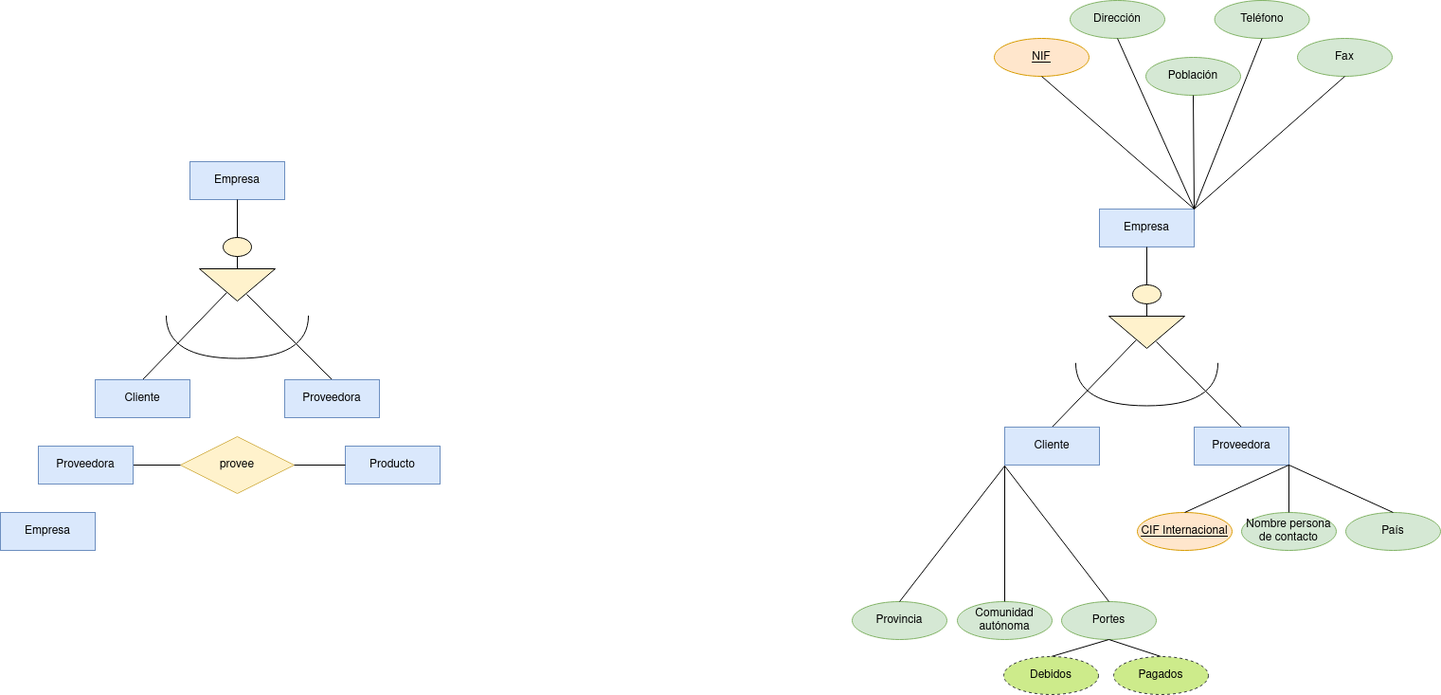
Before: Unidad-1/Tareas/Tarea_Entregable-4/Diagrama Tarea Entregable 4.drawio.png, a diagram exported from draw.io (RafaelMayor/base-datos). Source tidied: cells renumbered, new cells last; positions are measured from the earlier drawing's top-left corner, leaving out a move shared by most shapes.
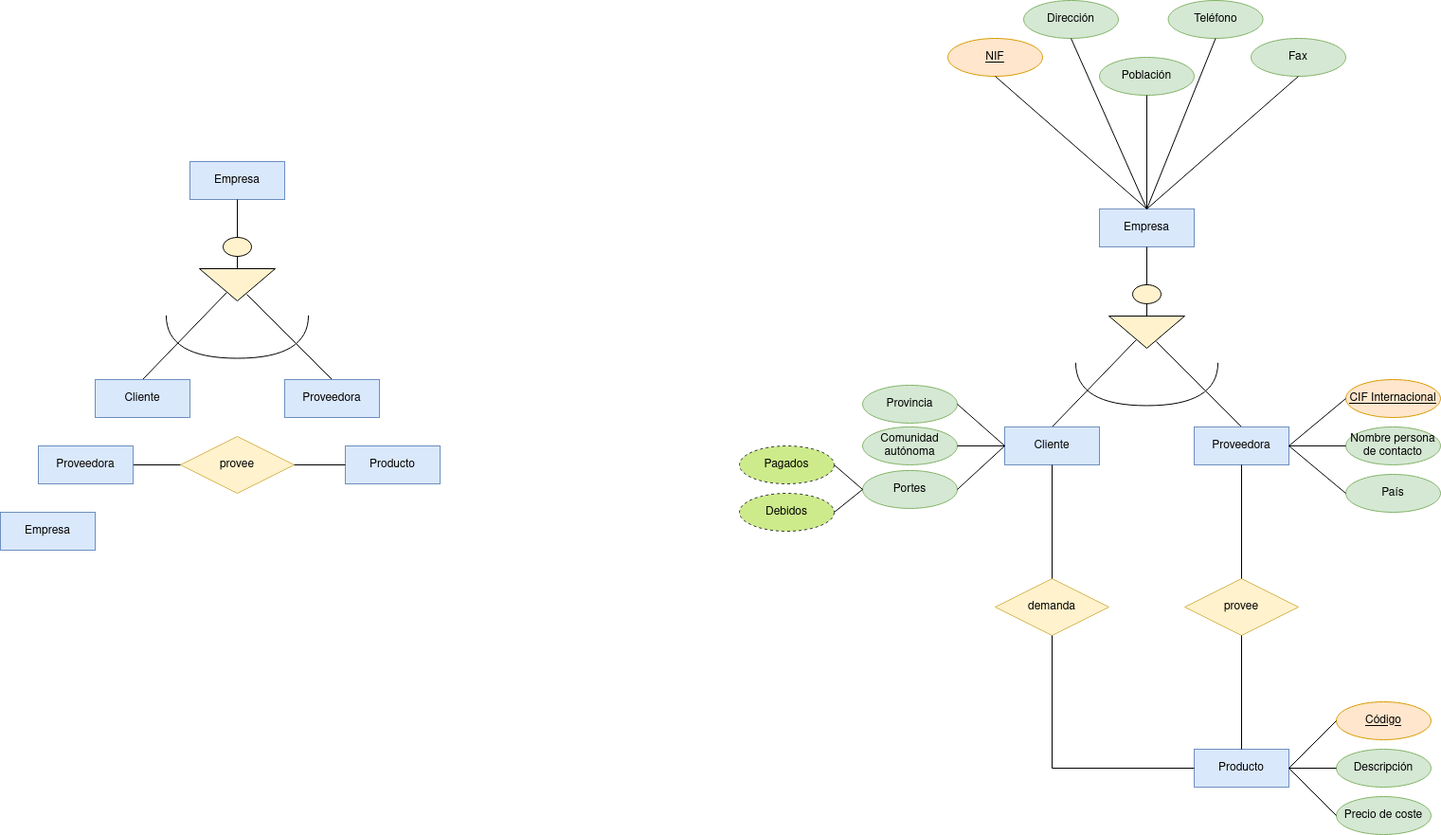
After the commit.

What changed in the source:
```diff
@@ -81,88 +81,125 @@
       <mxGeometry x="1060" y="449.9" width="100" height="40" as="geometry" />
     </mxCell>
     <mxCell id="28" value="NIF" style="ellipse;whiteSpace=wrap;html=1;align=center;fontStyle=4;fillColor=#ffe6cc;strokeColor=#d79b00;" parent="1" vertex="1">
-      <mxGeometry x="1049" y="40" width="100" height="40" as="geometry" />
+      <mxGeometry x="1000" y="40" width="100" height="40" as="geometry" />
     </mxCell>
     <mxCell id="29" value="Dirección" style="ellipse;whiteSpace=wrap;html=1;align=center;fillColor=#d5e8d4;strokeColor=#82b366;" parent="1" vertex="1">
-      <mxGeometry x="1129" width="100" height="40" as="geometry" />
+      <mxGeometry x="1080" width="100" height="40" as="geometry" />
     </mxCell>
     <mxCell id="30" value="Población" style="ellipse;whiteSpace=wrap;html=1;align=center;fillColor=#d5e8d4;strokeColor=#82b366;" parent="1" vertex="1">
-      <mxGeometry x="1209" y="60" width="100" height="40" as="geometry" />
+      <mxGeometry x="1160" y="60" width="100" height="40" as="geometry" />
     </mxCell>
     <mxCell id="31" value="Teléfono" style="ellipse;whiteSpace=wrap;html=1;align=center;fillColor=#d5e8d4;strokeColor=#82b366;" parent="1" vertex="1">
-      <mxGeometry x="1281.6" width="100" height="40" as="geometry" />
+      <mxGeometry x="1232.6" width="100" height="40" as="geometry" />
     </mxCell>
     <mxCell id="32" value="Fax" style="ellipse;whiteSpace=wrap;html=1;align=center;fillColor=#d5e8d4;strokeColor=#82b366;" parent="1" vertex="1">
-      <mxGeometry x="1369" y="40" width="100" height="40" as="geometry" />
+      <mxGeometry x="1320" y="40" width="100" height="40" as="geometry" />
     </mxCell>
-    <mxCell id="33" style="endArrow=none;html=1;rounded=0;exitX=0.5;exitY=1;exitDx=0;exitDy=0;entryX=1;entryY=0;entryDx=0;entryDy=0;" parent="1" edge="1" source="32" target="18">
+    <mxCell id="33" style="endArrow=none;html=1;rounded=0;exitX=0.5;exitY=1;exitDx=0;exitDy=0;entryX=0.5;entryY=0;entryDx=0;entryDy=0;" parent="1" edge="1" source="32" target="18">
       <mxGeometry relative="1" as="geometry" />
     </mxCell>
-    <mxCell id="34" style="endArrow=none;html=1;rounded=0;entryX=0.5;entryY=1;entryDx=0;entryDy=0;exitX=1;exitY=0;exitDx=0;exitDy=0;" parent="1" edge="1" source="18" target="31">
+    <mxCell id="34" style="endArrow=none;html=1;rounded=0;entryX=0.5;entryY=1;entryDx=0;entryDy=0;exitX=0.5;exitY=0;exitDx=0;exitDy=0;" parent="1" edge="1" source="18" target="31">
       <mxGeometry relative="1" as="geometry" />
     </mxCell>
-    <mxCell id="35" style="endArrow=none;html=1;rounded=0;exitX=0.5;exitY=1;exitDx=0;exitDy=0;entryX=1;entryY=0;entryDx=0;entryDy=0;" parent="1" edge="1" source="29" target="18">
+    <mxCell id="35" style="endArrow=none;html=1;rounded=0;exitX=0.5;exitY=1;exitDx=0;exitDy=0;entryX=0.5;entryY=0;entryDx=0;entryDy=0;" parent="1" edge="1" source="29" target="18">
       <mxGeometry relative="1" as="geometry" />
     </mxCell>
-    <mxCell id="36" style="endArrow=none;html=1;rounded=0;exitX=0.5;exitY=1;exitDx=0;exitDy=0;entryX=1;entryY=0;entryDx=0;entryDy=0;" parent="1" edge="1" source="30" target="18">
+    <mxCell id="36" style="endArrow=none;html=1;rounded=0;exitX=0.5;exitY=1;exitDx=0;exitDy=0;entryX=0.5;entryY=0;entryDx=0;entryDy=0;" parent="1" edge="1" source="30" target="18">
       <mxGeometry relative="1" as="geometry" />
     </mxCell>
-    <mxCell id="37" style="endArrow=none;html=1;rounded=0;entryX=0.5;entryY=1;entryDx=0;entryDy=0;exitX=1;exitY=0;exitDx=0;exitDy=0;" parent="1" edge="1" source="18" target="28">
+    <mxCell id="37" style="endArrow=none;html=1;rounded=0;entryX=0.5;entryY=1;entryDx=0;entryDy=0;exitX=0.5;exitY=0;exitDx=0;exitDy=0;" parent="1" edge="1" source="18" target="28">
       <mxGeometry relative="1" as="geometry" />
     </mxCell>
     <mxCell id="38" value="Provincia" style="ellipse;whiteSpace=wrap;html=1;align=center;fillColor=#d5e8d4;strokeColor=#82b366;" parent="1" vertex="1">
-      <mxGeometry x="899" y="634" width="100" height="40" as="geometry" />
+      <mxGeometry x="910" y="405.9" width="100" height="40" as="geometry" />
     </mxCell>
     <mxCell id="39" value="Comunidad autónoma" style="ellipse;whiteSpace=wrap;html=1;align=center;fillColor=#d5e8d4;strokeColor=#82b366;" parent="1" vertex="1">
-      <mxGeometry x="1010" y="634" width="100" height="40" as="geometry" />
+      <mxGeometry x="910" y="449.9" width="100" height="40" as="geometry" />
     </mxCell>
     <mxCell id="40" value="Portes" style="ellipse;whiteSpace=wrap;html=1;align=center;fillColor=#d5e8d4;strokeColor=#82b366;" parent="1" vertex="1">
-      <mxGeometry x="1120" y="634" width="100" height="40" as="geometry" />
+      <mxGeometry x="910" y="495.9" width="100" height="40" as="geometry" />
     </mxCell>
-    <mxCell id="41" style="endArrow=none;html=1;rounded=0;entryX=0.5;entryY=1;entryDx=0;entryDy=0;exitX=0.5;exitY=0;exitDx=0;exitDy=0;" parent="1" edge="1" source="47" target="40">
+    <mxCell id="41" style="endArrow=none;html=1;rounded=0;entryX=0;entryY=0.5;entryDx=0;entryDy=0;exitX=1;exitY=0.5;exitDx=0;exitDy=0;" parent="1" edge="1" source="47" target="40">
       <mxGeometry relative="1" as="geometry" />
     </mxCell>
-    <mxCell id="42" style="endArrow=none;html=1;rounded=0;entryX=0.5;entryY=1;entryDx=0;entryDy=0;exitX=0.5;exitY=0;exitDx=0;exitDy=0;" parent="1" edge="1" source="46" target="40">
+    <mxCell id="42" style="endArrow=none;html=1;rounded=0;entryX=0;entryY=0.5;entryDx=0;entryDy=0;exitX=1;exitY=0.5;exitDx=0;exitDy=0;" parent="1" edge="1" source="46" target="40">
       <mxGeometry relative="1" as="geometry" />
     </mxCell>
-    <mxCell id="43" style="endArrow=none;html=1;rounded=0;entryX=0;entryY=1;entryDx=0;entryDy=0;exitX=0.5;exitY=0;exitDx=0;exitDy=0;" parent="1" edge="1" source="38">
-      <mxGeometry relative="1" as="geometry">
-        <mxPoint x="1060" y="490.9" as="targetPoint" />
-      </mxGeometry>
+    <mxCell id="43" style="endArrow=none;html=1;rounded=0;entryX=0;entryY=0.5;entryDx=0;entryDy=0;exitX=1;exitY=0.5;exitDx=0;exitDy=0;" parent="1" edge="1" source="38" target="27">
+      <mxGeometry relative="1" as="geometry" />
     </mxCell>
-    <mxCell id="44" style="endArrow=none;html=1;rounded=0;entryX=0;entryY=1;entryDx=0;entryDy=0;exitX=0.5;exitY=0;exitDx=0;exitDy=0;" parent="1" edge="1" source="39">
-      <mxGeometry relative="1" as="geometry">
-        <mxPoint x="1060" y="490.9" as="targetPoint" />
-      </mxGeometry>
+    <mxCell id="44" style="endArrow=none;html=1;rounded=0;entryX=0;entryY=0.5;entryDx=0;entryDy=0;exitX=1;exitY=0.5;exitDx=0;exitDy=0;" parent="1" edge="1" source="39" target="27">
+      <mxGeometry relative="1" as="geometry" />
     </mxCell>
-    <mxCell id="45" style="endArrow=none;html=1;rounded=0;entryX=0;entryY=1;entryDx=0;entryDy=0;exitX=0.5;exitY=0;exitDx=0;exitDy=0;" parent="1" edge="1" source="40">
-      <mxGeometry relative="1" as="geometry">
-        <mxPoint x="1060" y="490.9" as="targetPoint" />
-      </mxGeometry>
+    <mxCell id="45" style="endArrow=none;html=1;rounded=0;entryX=0;entryY=0.5;entryDx=0;entryDy=0;exitX=1;exitY=0.5;exitDx=0;exitDy=0;" parent="1" edge="1" source="40" target="27">
+      <mxGeometry relative="1" as="geometry" />
     </mxCell>
     <mxCell id="46" value="Pagados" style="ellipse;whiteSpace=wrap;html=1;align=center;dashed=1;fillColor=#cdeb8b;strokeColor=#36393d;" parent="1" vertex="1">
-      <mxGeometry x="1175" y="692" width="100" height="40" as="geometry" />
+      <mxGeometry x="780" y="470" width="100" height="40" as="geometry" />
     </mxCell>
     <mxCell id="47" value="Debidos" style="ellipse;whiteSpace=wrap;html=1;align=center;dashed=1;fillColor=#cdeb8b;strokeColor=#36393d;" parent="1" vertex="1">
-      <mxGeometry x="1059" y="692" width="100" height="40" as="geometry" />
+      <mxGeometry x="780" y="520" width="100" height="40" as="geometry" />
     </mxCell>
     <mxCell id="48" value="Nombre persona de contacto" style="ellipse;whiteSpace=wrap;html=1;align=center;fillColor=#d5e8d4;strokeColor=#82b366;" parent="1" vertex="1">
-      <mxGeometry x="1310" y="540" width="100" height="40" as="geometry" />
+      <mxGeometry x="1420" y="449.9" width="100" height="40" as="geometry" />
     </mxCell>
     <mxCell id="49" value="País" style="ellipse;whiteSpace=wrap;html=1;align=center;fillColor=#d5e8d4;strokeColor=#82b366;" parent="1" vertex="1">
-      <mxGeometry x="1420" y="540" width="100" height="40" as="geometry" />
+      <mxGeometry x="1420" y="500" width="100" height="40" as="geometry" />
     </mxCell>
     <mxCell id="50" value="CIF Internacional" style="ellipse;whiteSpace=wrap;html=1;align=center;fontStyle=4;fillColor=#ffe6cc;strokeColor=#d79b00;" parent="1" vertex="1">
-      <mxGeometry x="1200" y="540" width="100" height="40" as="geometry" />
+      <mxGeometry x="1420" y="400" width="100" height="40" as="geometry" />
     </mxCell>
-    <mxCell id="51" style="endArrow=none;html=1;rounded=0;entryX=1;entryY=1;entryDx=0;entryDy=0;exitX=0.5;exitY=0;exitDx=0;exitDy=0;" parent="1" edge="1" source="49" target="26">
-      <mxGeometry relative="1" as="geometry" />
-    </mxCell>
-    <mxCell id="52" style="endArrow=none;html=1;rounded=0;exitX=0.5;exitY=0;exitDx=0;exitDy=0;entryX=1;entryY=1;entryDx=0;entryDy=0;" parent="1" edge="1" source="50" target="26">
-      <mxGeometry relative="1" as="geometry" />
-    </mxCell>
+    <mxCell id="54" value="provee" style="shape=rhombus;perimeter=rhombusPerimeter;whiteSpace=wrap;html=1;align=center;fillColor=#fff2cc;strokeColor=#d6b656;" parent="1" vertex="1">
+      <mxGeometry x="1250" y="610" width="120" height="60" as="geometry" />
+    </mxCell>
+    <mxCell id="55" value="Producto" style="whiteSpace=wrap;html=1;align=center;fillColor=#dae8fc;strokeColor=#6c8ebf;" parent="1" vertex="1">
+      <mxGeometry x="1260" y="790" width="100" height="40" as="geometry" />
+    </mxCell>
+    <mxCell id="56" value="Precio de coste" style="ellipse;whiteSpace=wrap;html=1;align=center;fillColor=#d5e8d4;strokeColor=#82b366;" parent="1" vertex="1">
+      <mxGeometry x="1410" y="840" width="100" height="40" as="geometry" />
+    </mxCell>
+    <mxCell id="57" value="Descripción" style="ellipse;whiteSpace=wrap;html=1;align=center;fillColor=#d5e8d4;strokeColor=#82b366;" parent="1" vertex="1">
+      <mxGeometry x="1410" y="790" width="100" height="40" as="geometry" />
+    </mxCell>
+    <mxCell id="58" style="endArrow=none;html=1;rounded=0;entryX=0;entryY=0.5;entryDx=0;entryDy=0;exitX=1;exitY=0.5;exitDx=0;exitDy=0;" parent="1" edge="1" source="26" target="49">
+      <mxGeometry relative="1" as="geometry" />
+    </mxCell>
-    <mxCell id="53" style="endArrow=none;html=1;rounded=0;entryX=0.5;entryY=0;entryDx=0;entryDy=0;exitX=1;exitY=1;exitDx=0;exitDy=0;" parent="1" edge="1" source="26" target="48">
+    <mxCell id="53" style="endArrow=none;html=1;rounded=0;entryX=0;entryY=0.5;entryDx=0;entryDy=0;exitX=1;exitY=0.5;exitDx=0;exitDy=0;" parent="1" edge="1" source="26" target="48">
       <mxGeometry relative="1" as="geometry" />
     </mxCell>
+    <mxCell id="59" style="endArrow=none;html=1;rounded=0;entryX=0;entryY=0.5;entryDx=0;entryDy=0;exitX=1;exitY=0.5;exitDx=0;exitDy=0;" parent="1" edge="1" source="26" target="50">
+      <mxGeometry relative="1" as="geometry" />
+    </mxCell>
+    <mxCell id="60" value="Código" style="ellipse;whiteSpace=wrap;html=1;align=center;fontStyle=4;fillColor=#ffe6cc;strokeColor=#d79b00;" parent="1" vertex="1">
+      <mxGeometry x="1410" y="740" width="100" height="40" as="geometry" />
+    </mxCell>
+    <mxCell id="61" style="endArrow=none;html=1;rounded=0;entryX=1;entryY=0.5;entryDx=0;entryDy=0;exitX=0;exitY=0.5;exitDx=0;exitDy=0;" parent="1" edge="1" source="56" target="55">
+      <mxGeometry relative="1" as="geometry" />
+    </mxCell>
+    <mxCell id="62" style="endArrow=none;html=1;rounded=0;entryX=1;entryY=0.5;entryDx=0;entryDy=0;exitX=0;exitY=0.5;exitDx=0;exitDy=0;" parent="1" edge="1" source="57" target="55">
+      <mxGeometry relative="1" as="geometry" />
+    </mxCell>
+    <mxCell id="63" style="endArrow=none;html=1;rounded=0;entryX=1;entryY=0.5;entryDx=0;entryDy=0;exitX=0;exitY=0.5;exitDx=0;exitDy=0;" parent="1" edge="1" source="60" target="55">
+      <mxGeometry relative="1" as="geometry" />
+    </mxCell>
+    <mxCell id="64" style="endArrow=none;html=1;rounded=0;entryX=0.5;entryY=1;entryDx=0;entryDy=0;exitX=0.5;exitY=0;exitDx=0;exitDy=0;" parent="1" edge="1" source="55" target="54">
+      <mxGeometry relative="1" as="geometry" />
+    </mxCell>
+    <mxCell id="65" style="endArrow=none;html=1;rounded=0;entryX=0.5;entryY=1;entryDx=0;entryDy=0;exitX=0.5;exitY=0;exitDx=0;exitDy=0;" parent="1" edge="1" source="54" target="26">
+      <mxGeometry relative="1" as="geometry" />
+    </mxCell>
+    <mxCell id="66" value="demanda" style="shape=rhombus;perimeter=rhombusPerimeter;whiteSpace=wrap;html=1;align=center;fillColor=#fff2cc;strokeColor=#d6b656;" parent="1" vertex="1">
+      <mxGeometry x="1050" y="610" width="120" height="60" as="geometry" />
+    </mxCell>
+    <mxCell id="67" style="endArrow=none;html=1;rounded=0;entryX=0;entryY=0.5;entryDx=0;entryDy=0;exitX=0.5;exitY=1;exitDx=0;exitDy=0;" parent="1" edge="1" source="66" target="55">
+      <mxGeometry relative="1" as="geometry">
+        <Array as="points">
+          <mxPoint x="1110" y="810" />
+        </Array>
+      </mxGeometry>
+    </mxCell>
+    <mxCell id="68" style="endArrow=none;html=1;rounded=0;entryX=0.5;entryY=1;entryDx=0;entryDy=0;exitX=0.5;exitY=0;exitDx=0;exitDy=0;" parent="1" edge="1" source="66" target="27">
+      <mxGeometry relative="1" as="geometry" />
+    </mxCell>
   </root>
 </mxGraphModel>
```
